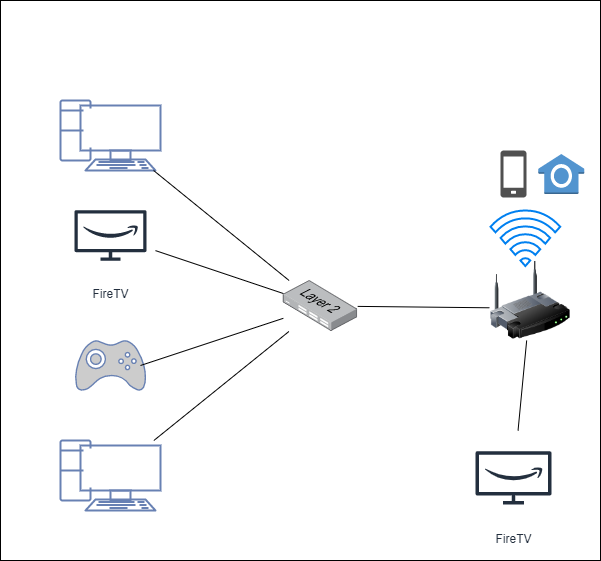
Before: 03-sysadmin-08-net/Untitled Diagram.drawio.png, a diagram exported from draw.io (TedFak/devops_netology). Source tidied: cells renumbered, new cells last; positions are measured from the earlier drawing's top-left corner, leaving out a move shared by most shapes.
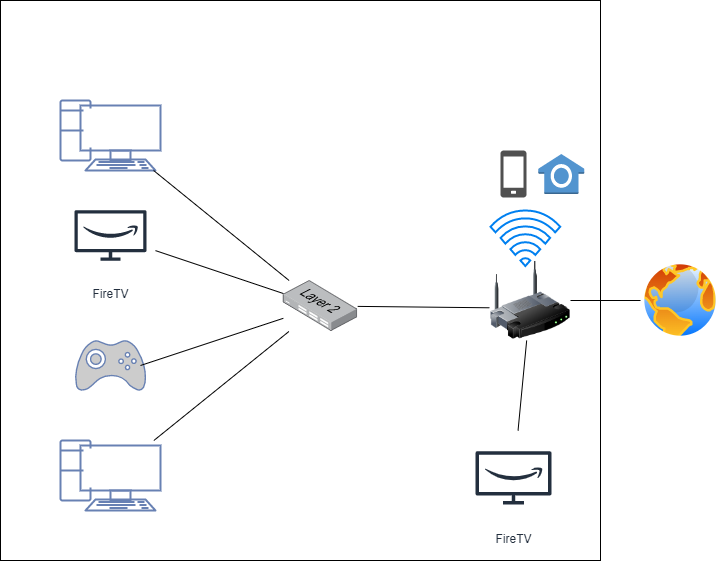
The same file after the commit.

The edit, as a diff of the source:
```diff
@@ -58,5 +58,11 @@
     <mxCell id="19" style="endArrow=none;html=1;rounded=0;" parent="1" edge="1" source="6" target="18">
       <mxGeometry relative="1" as="geometry" />
     </mxCell>
+    <mxCell id="20" style="perimeter=ellipsePerimeter;html=1;align=center;shadow=0;dashed=0;spacingTop=3;image;image=img/lib/active_directory/internet_globe.svg;fillColor=default;" parent="1" vertex="1">
+      <mxGeometry x="640" y="260" width="80" height="80" as="geometry" />
+    </mxCell>
+    <mxCell id="21" style="endArrow=none;html=1;rounded=0;entryX=0;entryY=0.5;entryDx=0;entryDy=0;" parent="1" edge="1" source="6" target="20">
+      <mxGeometry relative="1" as="geometry" />
+    </mxCell>
   </root>
 </mxGraphModel>
```
